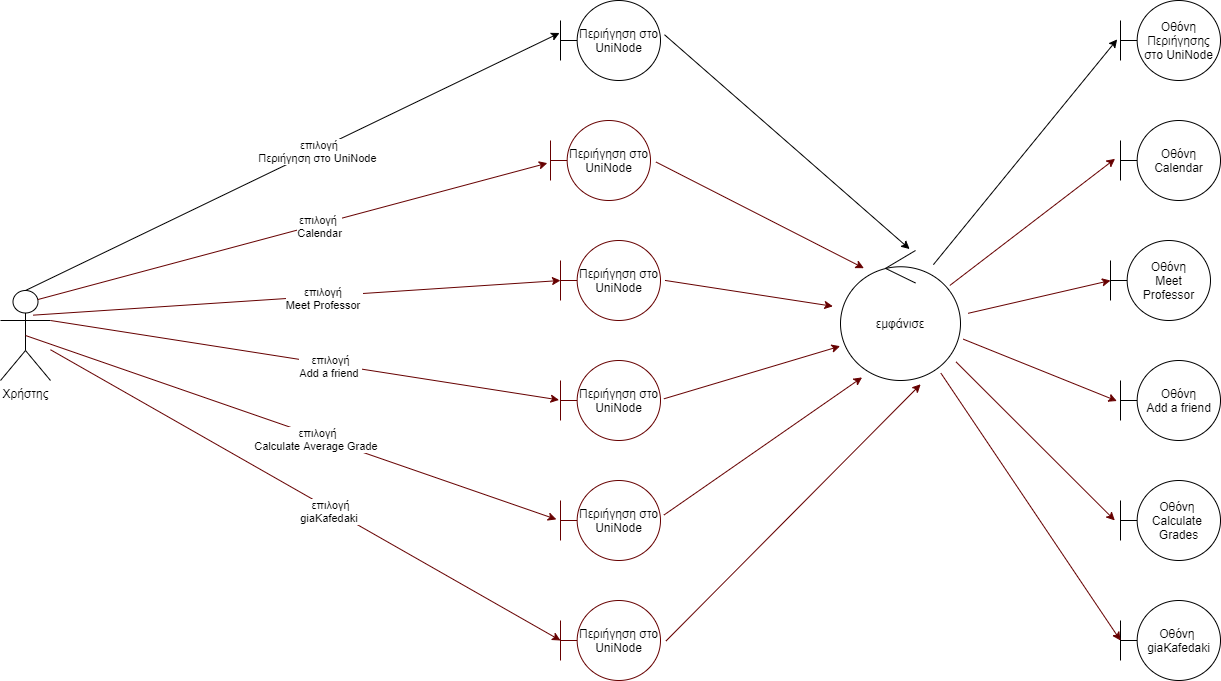
Before: Περιήγηση στο UniNode.png, a diagram exported from draw.io (aflorentia/uniNode). Source tidied: cells renumbered, new cells last; positions are measured from the earlier drawing's top-left corner, leaving out a move shared by most shapes. Its diagram source:
```xml
<mxGraphModel>
  <root>
    <mxCell id="0" />
    <mxCell id="1" parent="0" />
    <mxCell id="2" value="Περιήγηση στο UniNode" style="shape=umlBoundary;whiteSpace=wrap;html=1;" parent="1" vertex="1">
      <mxGeometry x="560" width="100" height="80" as="geometry" />
    </mxCell>
    <mxCell id="3" value="Χρήστης" style="shape=umlActor;verticalLabelPosition=bottom;verticalAlign=top;html=1;" parent="1" vertex="1">
      <mxGeometry y="290" width="50" height="90" as="geometry" />
    </mxCell>
    <mxCell id="4" value="Περιήγηση στο UniNode" style="shape=umlBoundary;whiteSpace=wrap;html=1;strokeColor=#660000;" parent="1" vertex="1">
      <mxGeometry x="550" y="120" width="100" height="80" as="geometry" />
    </mxCell>
    <mxCell id="5" value="Περιήγηση στο UniNode" style="shape=umlBoundary;whiteSpace=wrap;html=1;strokeColor=#660000;" parent="1" vertex="1">
      <mxGeometry x="560" y="240" width="100" height="80" as="geometry" />
    </mxCell>
    <mxCell id="6" value="Περιήγηση στο UniNode" style="shape=umlBoundary;whiteSpace=wrap;html=1;strokeColor=#660000;" parent="1" vertex="1">
      <mxGeometry x="560" y="360" width="100" height="80" as="geometry" />
    </mxCell>
    <mxCell id="7" value="Περιήγηση στο UniNode" style="shape=umlBoundary;whiteSpace=wrap;html=1;strokeColor=#660000;" parent="1" vertex="1">
      <mxGeometry x="560" y="480" width="100" height="80" as="geometry" />
    </mxCell>
    <mxCell id="8" value="Περιήγηση στο UniNode" style="shape=umlBoundary;whiteSpace=wrap;html=1;strokeColor=#660000;" parent="1" vertex="1">
      <mxGeometry x="560" y="600" width="100" height="80" as="geometry" />
    </mxCell>
    <mxCell id="9" style="endArrow=classic;html=1;entryX=-0.009;entryY=0.406;entryDx=0;entryDy=0;entryPerimeter=0;exitX=0.5;exitY=0;exitDx=0;exitDy=0;exitPerimeter=0;" parent="1" edge="1" source="3" target="2">
      <mxGeometry relative="1" as="geometry" />
    </mxCell>
    <mxCell id="10" value="επιλογή &lt;br&gt;Περιήγηση στο UniNode&amp;nbsp;&amp;nbsp;" style="edgeLabel;html=1;align=center;verticalAlign=middle;" parent="9" vertex="1">
      <mxGeometry x="0.1" y="-2" relative="1" as="geometry" />
    </mxCell>
    <mxCell id="11" style="endArrow=classic;html=1;entryX=-0.031;entryY=0.533;entryDx=0;entryDy=0;entryPerimeter=0;exitX=0.75;exitY=0.1;exitDx=0;exitDy=0;exitPerimeter=0;strokeColor=#660000;" parent="1" edge="1" source="3" target="4">
      <mxGeometry relative="1" as="geometry" />
    </mxCell>
    <mxCell id="12" value="επιλογή&amp;nbsp;&lt;br&gt;Calendar" style="edgeLabel;html=1;align=center;verticalAlign=middle;" parent="11" vertex="1">
      <mxGeometry x="0.1" y="-2" relative="1" as="geometry" />
    </mxCell>
    <mxCell id="13" style="endArrow=classic;html=1;entryX=0;entryY=0.5;entryDx=0;entryDy=0;entryPerimeter=0;exitX=0.651;exitY=0.274;exitDx=0;exitDy=0;exitPerimeter=0;strokeColor=#660000;" parent="1" edge="1" source="3" target="5">
      <mxGeometry relative="1" as="geometry" />
    </mxCell>
    <mxCell id="14" value="επιλογή&amp;nbsp;&lt;br&gt;Meet Professor&amp;nbsp;" style="edgeLabel;html=1;align=center;verticalAlign=middle;" parent="13" vertex="1">
      <mxGeometry x="0.1" y="-2" relative="1" as="geometry" />
    </mxCell>
    <mxCell id="15" style="endArrow=classic;html=1;entryX=-0.015;entryY=0.493;entryDx=0;entryDy=0;entryPerimeter=0;exitX=1;exitY=0.3333333333333333;exitDx=0;exitDy=0;exitPerimeter=0;strokeColor=#660000;" parent="1" edge="1" source="3" target="6">
      <mxGeometry relative="1" as="geometry" />
    </mxCell>
    <mxCell id="16" value="επιλογή&lt;br&gt;Add a friend&amp;nbsp;" style="edgeLabel;html=1;align=center;verticalAlign=middle;" parent="15" vertex="1">
      <mxGeometry x="0.1" y="-2" relative="1" as="geometry" />
    </mxCell>
    <mxCell id="17" style="endArrow=classic;html=1;entryX=-0.041;entryY=0.486;entryDx=0;entryDy=0;entryPerimeter=0;exitX=0.5;exitY=0.5;exitDx=0;exitDy=0;exitPerimeter=0;strokeColor=#660000;" parent="1" edge="1" source="3" target="7">
      <mxGeometry relative="1" as="geometry" />
    </mxCell>
    <mxCell id="18" value="επιλογή&lt;br&gt;Calculate Average Grade&amp;nbsp;" style="edgeLabel;html=1;align=center;verticalAlign=middle;" parent="17" vertex="1">
      <mxGeometry x="0.1" y="-2" relative="1" as="geometry" />
    </mxCell>
    <mxCell id="19" style="endArrow=classic;html=1;entryX=0;entryY=0.5;entryDx=0;entryDy=0;entryPerimeter=0;strokeColor=#660000;" parent="1" edge="1" source="3" target="8">
      <mxGeometry relative="1" as="geometry" />
    </mxCell>
    <mxCell id="20" value="επιλογή&lt;br&gt;giaKafedaki&amp;nbsp;" style="edgeLabel;html=1;align=center;verticalAlign=middle;" parent="19" vertex="1">
      <mxGeometry x="0.1" y="-2" relative="1" as="geometry" />
    </mxCell>
    <mxCell id="21" value="εμφάνισε" style="ellipse;shape=umlControl;whiteSpace=wrap;html=1;" parent="1" vertex="1">
      <mxGeometry x="840" y="250" width="120" height="130" as="geometry" />
    </mxCell>
    <mxCell id="22" style="endArrow=classic;html=1;exitX=1.04;exitY=0.428;exitDx=0;exitDy=0;exitPerimeter=0;entryX=0.576;entryY=-0.011;entryDx=0;entryDy=0;entryPerimeter=0;" parent="1" edge="1" source="2" target="21">
      <mxGeometry relative="1" as="geometry" />
    </mxCell>
    <mxCell id="23" style="endArrow=classic;html=1;exitX=1.055;exitY=0.519;exitDx=0;exitDy=0;exitPerimeter=0;entryX=0.195;entryY=0.136;entryDx=0;entryDy=0;entryPerimeter=0;strokeColor=#660000;" parent="1" edge="1" source="4" target="21">
      <mxGeometry relative="1" as="geometry" />
    </mxCell>
    <mxCell id="24" style="endArrow=classic;html=1;exitX=1.045;exitY=0.499;exitDx=0;exitDy=0;exitPerimeter=0;entryX=-0.064;entryY=0.429;entryDx=0;entryDy=0;entryPerimeter=0;strokeColor=#660000;" parent="1" edge="1" source="5" target="21">
      <mxGeometry relative="1" as="geometry" />
    </mxCell>
    <mxCell id="25" style="endArrow=classic;html=1;exitX=1.034;exitY=0.479;exitDx=0;exitDy=0;exitPerimeter=0;entryX=-0.003;entryY=0.736;entryDx=0;entryDy=0;entryPerimeter=0;strokeColor=#660000;" parent="1" edge="1" source="6" target="21">
      <mxGeometry relative="1" as="geometry" />
    </mxCell>
    <mxCell id="26" style="endArrow=classic;html=1;exitX=1.034;exitY=0.432;exitDx=0;exitDy=0;exitPerimeter=0;entryX=0.18;entryY=0.976;entryDx=0;entryDy=0;entryPerimeter=0;strokeColor=#660000;" parent="1" edge="1" source="7" target="21">
      <mxGeometry relative="1" as="geometry" />
    </mxCell>
    <mxCell id="27" style="endArrow=classic;html=1;exitX=1.055;exitY=0.506;exitDx=0;exitDy=0;exitPerimeter=0;entryX=0.668;entryY=1.029;entryDx=0;entryDy=0;entryPerimeter=0;strokeColor=#660000;" parent="1" edge="1" source="8" target="21">
      <mxGeometry relative="1" as="geometry" />
    </mxCell>
    <mxCell id="28" value="Οθόνη&lt;br&gt;Περιήγησης στο UniNode" style="shape=umlBoundary;whiteSpace=wrap;html=1;" parent="1" vertex="1">
      <mxGeometry x="1120" width="100" height="80" as="geometry" />
    </mxCell>
    <mxCell id="29" value="Οθόνη&lt;br&gt;Calendar" style="shape=umlBoundary;whiteSpace=wrap;html=1;" parent="1" vertex="1">
      <mxGeometry x="1120" y="120" width="100" height="80" as="geometry" />
    </mxCell>
    <mxCell id="30" value="Οθόνη&lt;br&gt;Meet Professor" style="shape=umlBoundary;whiteSpace=wrap;html=1;" parent="1" vertex="1">
      <mxGeometry x="1110" y="240" width="100" height="80" as="geometry" />
    </mxCell>
    <mxCell id="31" value="Οθόνη&lt;br&gt;Add a friend" style="shape=umlBoundary;whiteSpace=wrap;html=1;" parent="1" vertex="1">
      <mxGeometry x="1120" y="360" width="100" height="80" as="geometry" />
    </mxCell>
    <mxCell id="32" value="Οθόνη&amp;nbsp;&lt;br&gt;Calculate&amp;nbsp; Grades" style="shape=umlBoundary;whiteSpace=wrap;html=1;" parent="1" vertex="1">
      <mxGeometry x="1120" y="480" width="100" height="80" as="geometry" />
    </mxCell>
    <mxCell id="33" value="Oθόνη&amp;nbsp;&lt;br&gt;giaKafedaki" style="shape=umlBoundary;whiteSpace=wrap;html=1;" parent="1" vertex="1">
      <mxGeometry x="1120" y="600" width="100" height="80" as="geometry" />
    </mxCell>
    <mxCell id="34" style="endArrow=classic;html=1;entryX=-0.033;entryY=0.486;entryDx=0;entryDy=0;entryPerimeter=0;exitX=0.774;exitY=0.109;exitDx=0;exitDy=0;exitPerimeter=0;" parent="1" edge="1" source="21" target="28">
      <mxGeometry relative="1" as="geometry" />
    </mxCell>
    <mxCell id="35" style="endArrow=classic;html=1;entryX=-0.054;entryY=0.479;entryDx=0;entryDy=0;entryPerimeter=0;exitX=0.911;exitY=0.269;exitDx=0;exitDy=0;exitPerimeter=0;strokeColor=#660000;" parent="1" edge="1" source="21" target="29">
      <mxGeometry relative="1" as="geometry" />
    </mxCell>
    <mxCell id="36" style="endArrow=classic;html=1;entryX=0;entryY=0.5;entryDx=0;entryDy=0;entryPerimeter=0;exitX=1.064;exitY=0.483;exitDx=0;exitDy=0;exitPerimeter=0;strokeColor=#660000;" parent="1" edge="1" source="21" target="30">
      <mxGeometry relative="1" as="geometry" />
    </mxCell>
    <mxCell id="37" style="endArrow=classic;html=1;entryX=-0.036;entryY=0.506;entryDx=0;entryDy=0;entryPerimeter=0;strokeColor=#660000;exitX=1.023;exitY=0.682;exitDx=0;exitDy=0;exitPerimeter=0;" parent="1" edge="1" source="21" target="31">
      <mxGeometry relative="1" as="geometry" />
    </mxCell>
    <mxCell id="38" style="endArrow=classic;html=1;entryX=-0.057;entryY=0.499;entryDx=0;entryDy=0;entryPerimeter=0;exitX=0.962;exitY=0.856;exitDx=0;exitDy=0;exitPerimeter=0;strokeColor=#660000;" parent="1" edge="1" source="21" target="32">
      <mxGeometry relative="1" as="geometry" />
    </mxCell>
    <mxCell id="39" style="endArrow=classic;html=1;entryX=0;entryY=0.5;entryDx=0;entryDy=0;entryPerimeter=0;strokeColor=#660000;exitX=0.837;exitY=0.944;exitDx=0;exitDy=0;exitPerimeter=0;" parent="1" edge="1" source="21" target="33">
      <mxGeometry relative="1" as="geometry" />
    </mxCell>
  </root>
</mxGraphModel>
```
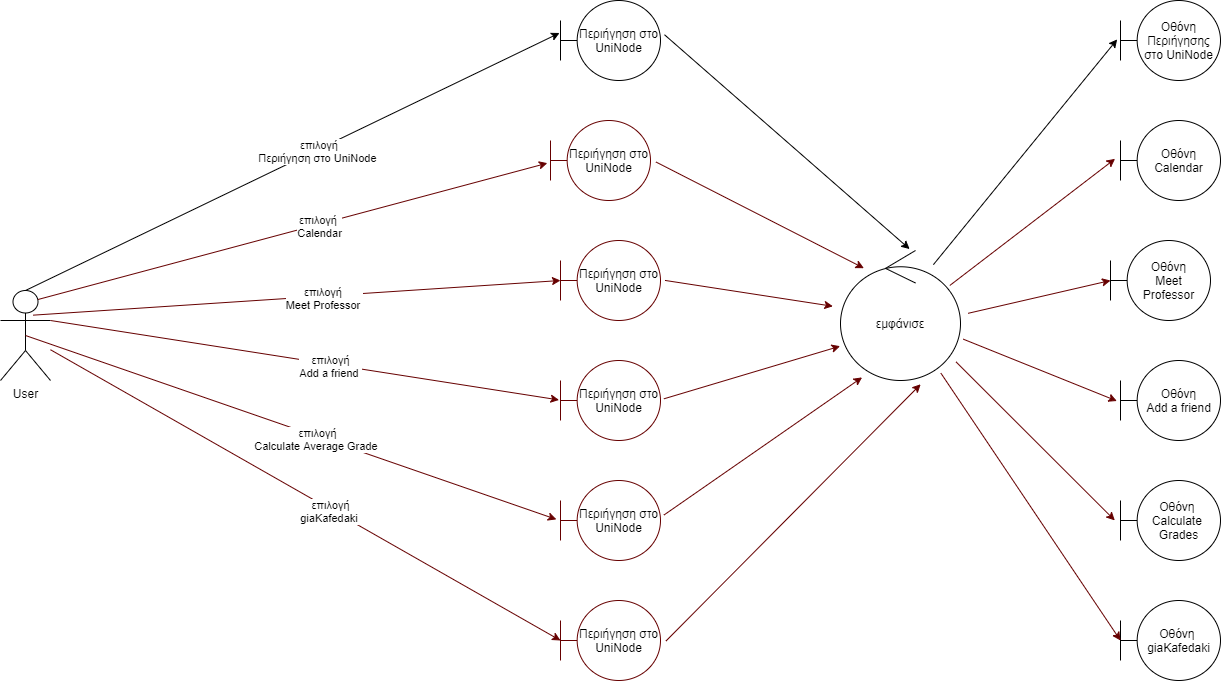
Above is the later version.

The edit, as a diff of the source:
```diff
@@ -5,7 +5,7 @@
     <mxCell id="2" value="Περιήγηση στο UniNode" style="shape=umlBoundary;whiteSpace=wrap;html=1;" parent="1" vertex="1">
       <mxGeometry x="560" width="100" height="80" as="geometry" />
     </mxCell>
-    <mxCell id="3" value="Χρήστης" style="shape=umlActor;verticalLabelPosition=bottom;verticalAlign=top;html=1;" parent="1" vertex="1">
+    <mxCell id="3" value="User" style="shape=umlActor;verticalLabelPosition=bottom;verticalAlign=top;html=1;" parent="1" vertex="1">
       <mxGeometry y="290" width="50" height="90" as="geometry" />
     </mxCell>
     <mxCell id="4" value="Περιήγηση στο UniNode" style="shape=umlBoundary;whiteSpace=wrap;html=1;strokeColor=#660000;" parent="1" vertex="1">
```
